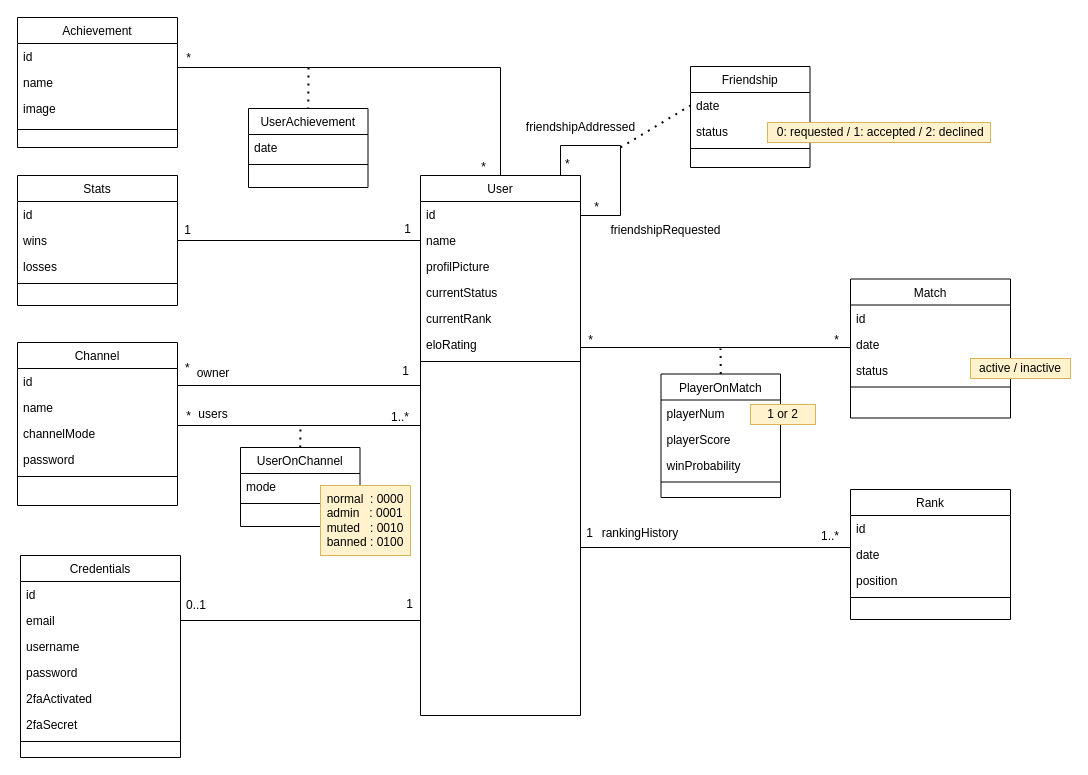
Above: doc/datamodel.drawio in transcendence-42/ft_transcendence (draw.io), before the change. Source tidied: cells renumbered, new cells numbered last; positions are measured from the earlier drawing's top-left corner, leaving out a move shared by most shapes. Both pictures are drawn from the tidied source at 100%, with x=0, y=0 at pixel (17, 17).
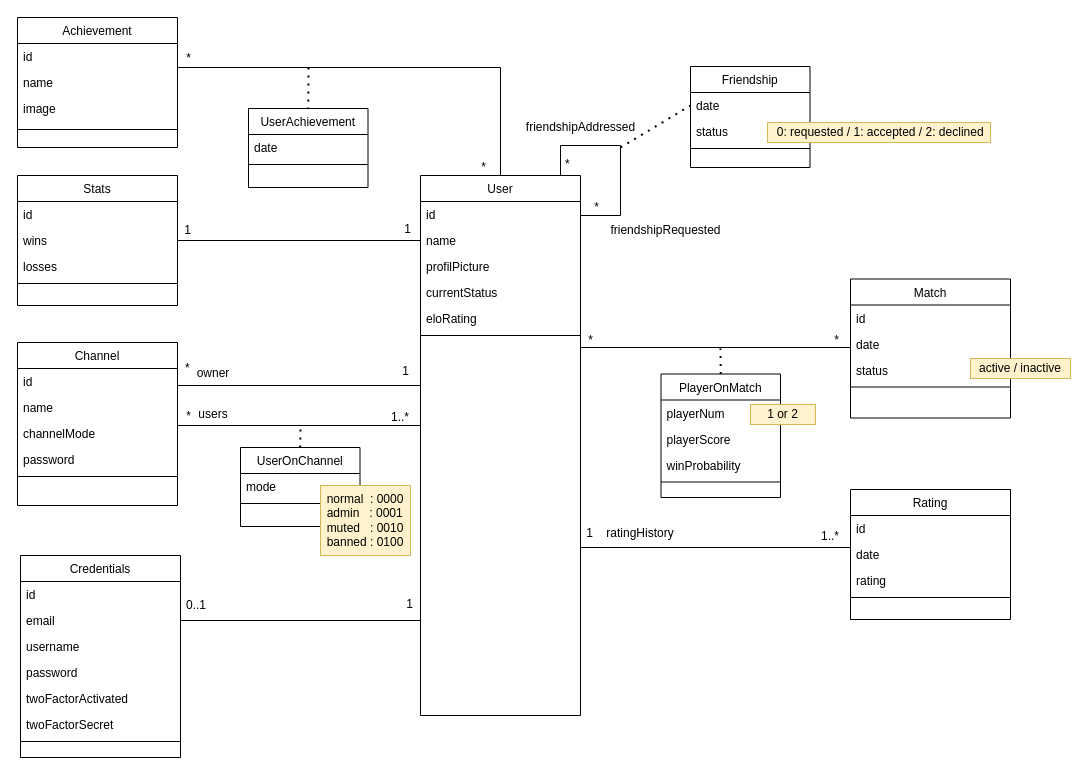
After the change.

The change refers to these unchanged cells:
```xml
<mxCell id="2" value="User" style="swimlane;fontStyle=0;align=center;verticalAlign=top;horizontal=1;startSize=26;rounded=0;shadow=0;strokeWidth=1;" parent="1" vertex="1">
  <mxGeometry x="403" y="158" width="160" height="540" as="geometry" />
</mxCell>
<mxCell id="47" value="Credentials" style="swimlane;fontStyle=0;align=center;verticalAlign=top;horizontal=1;startSize=26;rounded=0;shadow=0;strokeWidth=1;" parent="1" vertex="1">
  <mxGeometry x="3" y="538" width="160" height="202" as="geometry" />
</mxCell>
```

The edit, as a diff of the source:
```diff
@@
-    <mxCell id="7" value="currentRank" style="text;align=left;verticalAlign=top;spacingLeft=4;spacingRight=4;overflow=hidden;rounded=0;shadow=0;html=0;" parent="2" vertex="1">
-      <mxGeometry y="130" width="160" height="26" as="geometry" />
-    </mxCell>
@@
     <mxCell id="11" value="eloRating" style="text;align=left;verticalAlign=top;spacingLeft=4;spacingRight=4;overflow=hidden;rounded=0;shadow=0;html=0;" parent="2" vertex="1">
-      <mxGeometry y="156" width="160" height="26" as="geometry" />
+      <mxGeometry y="130" width="160" height="26" as="geometry" />
     </mxCell>
     <mxCell id="12" style="line;html=1;strokeWidth=1;align=left;verticalAlign=middle;spacingTop=-1;spacingLeft=3;spacingRight=3;labelPosition=right;" parent="2" vertex="1">
-      <mxGeometry y="182" width="160" height="8" as="geometry" />
+      <mxGeometry y="156" width="160" height="8" as="geometry" />
     </mxCell>
@@
-    <mxCell id="19" value="Rank" style="swimlane;fontStyle=0;align=center;verticalAlign=top;horizontal=1;startSize=26;rounded=0;shadow=0;strokeWidth=1;" parent="1" vertex="1">
+    <mxCell id="19" value="Rating" style="swimlane;fontStyle=0;align=center;verticalAlign=top;horizontal=1;startSize=26;rounded=0;shadow=0;strokeWidth=1;" parent="1" vertex="1">
       <mxGeometry x="833" y="472" width="160" height="130" as="geometry" />
     </mxCell>
@@
-    <mxCell id="22" value="position" style="text;align=left;verticalAlign=top;spacingLeft=4;spacingRight=4;overflow=hidden;rounded=0;shadow=0;html=0;" parent="19" vertex="1">
+    <mxCell id="22" value="rating" style="text;align=left;verticalAlign=top;spacingLeft=4;spacingRight=4;overflow=hidden;rounded=0;shadow=0;html=0;" parent="19" vertex="1">
       <mxGeometry y="78" width="160" height="26" as="geometry" />
     </mxCell>
@@
-    <mxCell id="27" value="rankingHistory" style="text;html=1;strokeColor=none;fillColor=none;align=center;verticalAlign=middle;whiteSpace=wrap;rounded=0;" parent="1" vertex="1">
+    <mxCell id="27" value="ratingHistory" style="text;html=1;strokeColor=none;fillColor=none;align=center;verticalAlign=middle;whiteSpace=wrap;rounded=0;" parent="1" vertex="1">
       <mxGeometry x="583" y="501" width="80" height="30" as="geometry" />
     </mxCell>
@@
-    <mxCell id="52" value="2faActivated" style="text;align=left;verticalAlign=top;spacingLeft=4;spacingRight=4;overflow=hidden;rounded=0;shadow=0;html=0;" parent="47" vertex="1">
+    <mxCell id="52" value="twoFactorActivated" style="text;align=left;verticalAlign=top;spacingLeft=4;spacingRight=4;overflow=hidden;rounded=0;shadow=0;html=0;" parent="47" vertex="1">
       <mxGeometry y="130" width="160" height="26" as="geometry" />
     </mxCell>
-    <mxCell id="53" value="2faSecret" style="text;align=left;verticalAlign=top;spacingLeft=4;spacingRight=4;overflow=hidden;rounded=0;shadow=0;html=0;" parent="47" vertex="1">
+    <mxCell id="53" value="twoFactorSecret" style="text;align=left;verticalAlign=top;spacingLeft=4;spacingRight=4;overflow=hidden;rounded=0;shadow=0;html=0;" parent="47" vertex="1">
       <mxGeometry y="156" width="160" height="26" as="geometry" />
     </mxCell>
```
